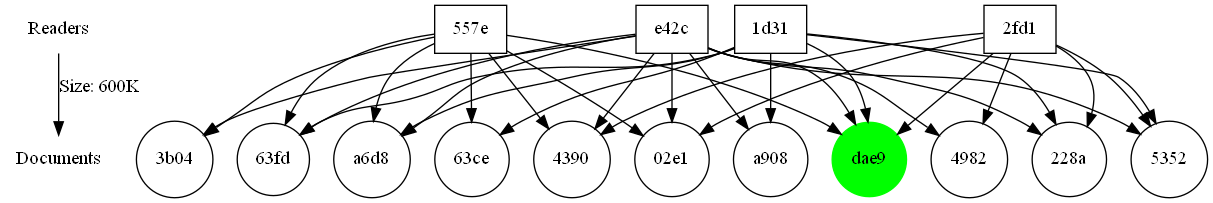
This is graph.png from Danielryan98/DataAnalysisTool, a Graphviz export, as it was before one commit. Its source is kept beside it as graph.dot.
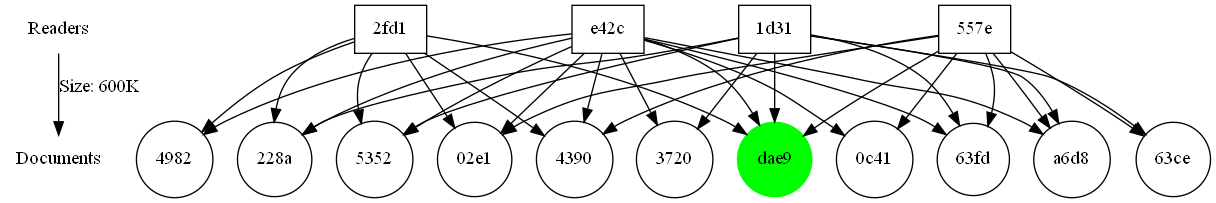
The same diagram one commit later.

Diff of the diagram source:
```diff
@@ -11,20 +11,6 @@
 	"2fd1" -> dae9
 	"1d31" [label="1d31" shape=box]
 	"1d31" -> dae9
-	a6d8 [label=a6d8 shape=circle]
-	e42c [label=e42c shape=box]
-	e42c -> a6d8
-	"557e" [label="557e" shape=box]
-	"557e" -> a6d8
-	"1d31" [label="1d31" shape=box]
-	"1d31" -> a6d8
-	"63fd" [label="63fd" shape=circle]
-	e42c [label=e42c shape=box]
-	e42c -> "63fd"
-	"557e" [label="557e" shape=box]
-	"557e" -> "63fd"
-	"1d31" [label="1d31" shape=box]
-	"1d31" -> "63fd"
 	5352 [label=5352 shape=circle]
 	e42c [label=e42c shape=box]
 	e42c -> 5352
@@ -32,13 +18,6 @@
 	"2fd1" -> 5352
 	"1d31" [label="1d31" shape=box]
 	"1d31" -> 5352
-	4390 [label=4390 shape=circle]
-	e42c [label=e42c shape=box]
-	e42c -> 4390
-	"557e" [label="557e" shape=box]
-	"557e" -> 4390
-	"2fd1" [label="2fd1" shape=box]
-	"2fd1" -> 4390
 	"228a" [label="228a" shape=circle]
 	e42c [label=e42c shape=box]
 	e42c -> "228a"
@@ -53,24 +32,45 @@
 	"557e" -> "02e1"
 	"2fd1" [label="2fd1" shape=box]
 	"2fd1" -> "02e1"
-	a908 [label=a908 shape=circle]
+	"63fd" [label="63fd" shape=circle]
 	e42c [label=e42c shape=box]
-	e42c -> a908
+	e42c -> "63fd"
+	"557e" [label="557e" shape=box]
+	"557e" -> "63fd"
 	"1d31" [label="1d31" shape=box]
-	"1d31" -> a908
+	"1d31" -> "63fd"
+	a6d8 [label=a6d8 shape=circle]
+	e42c [label=e42c shape=box]
+	e42c -> a6d8
+	"557e" [label="557e" shape=box]
+	"557e" -> a6d8
+	"1d31" [label="1d31" shape=box]
+	"1d31" -> a6d8
+	4390 [label=4390 shape=circle]
+	e42c [label=e42c shape=box]
+	e42c -> 4390
+	"557e" [label="557e" shape=box]
+	"557e" -> 4390
+	"2fd1" [label="2fd1" shape=box]
+	"2fd1" -> 4390
 	"63ce" [label="63ce" shape=circle]
 	"557e" [label="557e" shape=box]
 	"557e" -> "63ce"
 	"1d31" [label="1d31" shape=box]
 	"1d31" -> "63ce"
+	3720 [label=3720 shape=circle]
+	e42c [label=e42c shape=box]
+	e42c -> 3720
+	"1d31" [label="1d31" shape=box]
+	"1d31" -> 3720
+	"0c41" [label="0c41" shape=circle]
+	e42c [label=e42c shape=box]
+	e42c -> "0c41"
+	"557e" [label="557e" shape=box]
+	"557e" -> "0c41"
 	4982 [label=4982 shape=circle]
 	e42c [label=e42c shape=box]
 	e42c -> 4982
 	"2fd1" [label="2fd1" shape=box]
 	"2fd1" -> 4982
-	"3b04" [label="3b04" shape=circle]
-	e42c [label=e42c shape=box]
-	e42c -> "3b04"
-	"557e" [label="557e" shape=box]
-	"557e" -> "3b04"
 }
```
